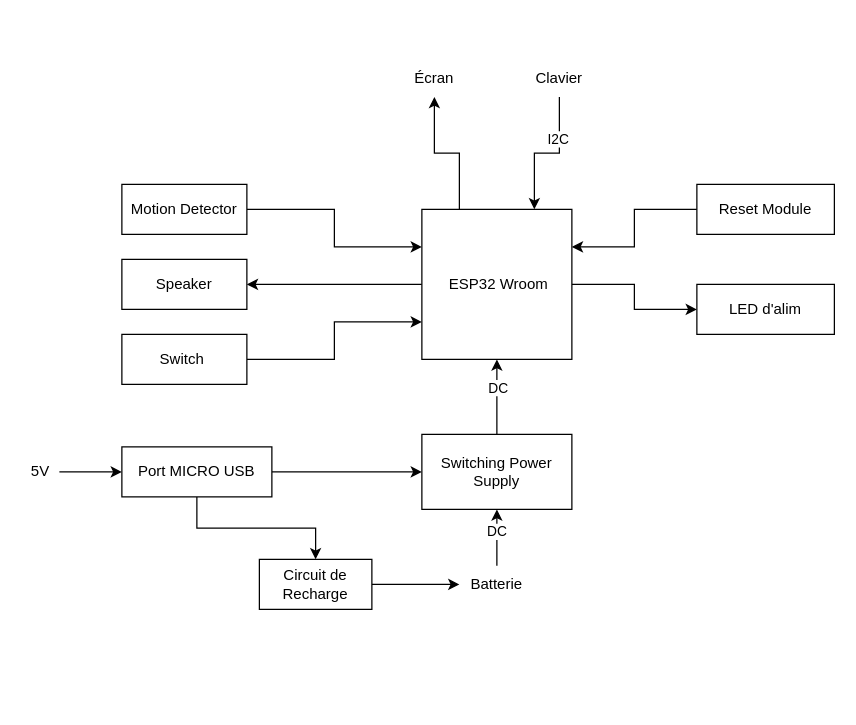
This is Panneau/Architecture/ArchitectureÉlectroniquePanneau.drawio from CamFo/SecurityDoor, a draw.io file, before an edit. Source tidied: cells renumbered, new cells numbered last; positions are measured from the earlier drawing's top-left corner, leaving out a move shared by most shapes. Both pictures are drawn from the tidied source at 125%, with x=0, y=0 at pixel (21, 59).
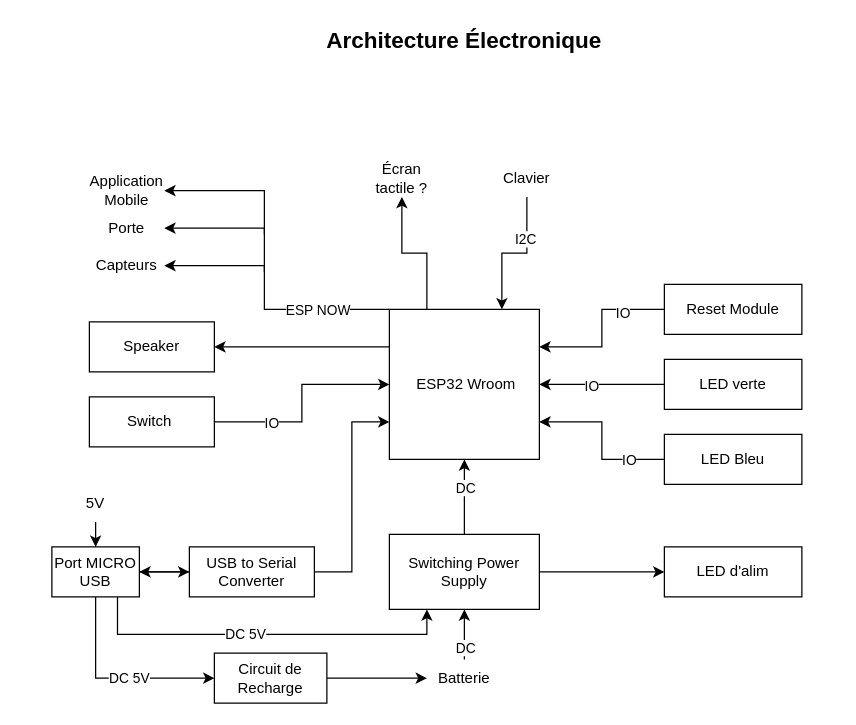
The same page after the edit.

Commit message (it also covers changes not shown here):
Modification des architectures

Unchanged cells that the change refers to:
```xml
<mxCell id="13" style="edgeStyle=orthogonalEdgeStyle;rounded=0;jettySize=auto;html=1;" parent="1" edge="1" source="15" target="8">
  <mxGeometry relative="1" as="geometry" />
</mxCell>
<mxCell id="28" style="edgeStyle=orthogonalEdgeStyle;rounded=0;jettySize=auto;html=1;entryX=1;entryY=0.25;entryDx=0;entryDy=0;" parent="1" edge="1" source="29" target="5">
  <mxGeometry relative="1" as="geometry" />
</mxCell>
```

Change to the diagram source:
```diff
@@
-    <mxCell id="3" style="edgeStyle=orthogonalEdgeStyle;rounded=0;jettySize=auto;html=1;entryX=1;entryY=0.5;entryDx=0;entryDy=0;" parent="1" edge="1" source="5" target="18">
+    <mxCell id="3" style="edgeStyle=orthogonalEdgeStyle;rounded=0;jettySize=auto;html=1;entryX=1;entryY=0.5;entryDx=0;entryDy=0;exitX=0;exitY=0.25;exitDx=0;exitDy=0;" parent="1" edge="1" source="5" target="18">
       <mxGeometry relative="1" as="geometry" />
     </mxCell>
-    <mxCell id="4" style="edgeStyle=orthogonalEdgeStyle;rounded=0;jettySize=auto;html=1;entryX=0;entryY=0.5;entryDx=0;entryDy=0;" parent="1" edge="1" source="5" target="30">
-      <mxGeometry relative="1" as="geometry" />
-    </mxCell>
     <mxCell id="5" value="&amp;nbsp;ESP32 Wroom" style="whiteSpace=wrap;html=1;" parent="1" vertex="1">
-      <mxGeometry x="320" y="120" width="120" height="120" as="geometry" />
+      <mxGeometry x="294" y="200" width="120" height="120" as="geometry" />
     </mxCell>
@@
+    <mxCell id="31" style="edgeStyle=orthogonalEdgeStyle;rounded=0;jettySize=auto;html=1;entryX=0;entryY=0.5;entryDx=0;entryDy=0;" parent="1" edge="1" source="8" target="30">
+      <mxGeometry relative="1" as="geometry" />
+    </mxCell>
     <mxCell id="8" value="Switching Power Supply" style="rounded=0;whiteSpace=wrap;html=1;" parent="1" vertex="1">
-      <mxGeometry x="320" y="300" width="120" height="60" as="geometry" />
+      <mxGeometry x="294" y="380" width="120" height="60" as="geometry" />
     </mxCell>
@@
     <mxCell id="11" value="Clavier" style="text;html=1;strokeColor=none;fillColor=none;align=center;verticalAlign=middle;whiteSpace=wrap;rounded=0;" parent="1" vertex="1">
-      <mxGeometry x="400" width="60" height="30" as="geometry" />
+      <mxGeometry x="374" y="80" width="60" height="30" as="geometry" />
     </mxCell>
-    <mxCell id="12" value="Écran" style="text;html=1;strokeColor=none;fillColor=none;align=center;verticalAlign=middle;whiteSpace=wrap;rounded=0;" parent="1" vertex="1">
-      <mxGeometry x="300" width="60" height="30" as="geometry" />
+    <mxCell id="12" value="Écran&lt;br&gt;tactile ?" style="text;html=1;strokeColor=none;fillColor=none;align=center;verticalAlign=middle;whiteSpace=wrap;rounded=0;" parent="1" vertex="1">
+      <mxGeometry x="274" y="80" width="60" height="30" as="geometry" />
     </mxCell>
@@
     <mxCell id="14" value="DC" style="edgeLabel;html=1;align=center;verticalAlign=middle;" parent="13" vertex="1">
-      <mxGeometry x="0.25" y="1" relative="1" as="geometry" />
+      <mxGeometry x="0.25" y="1" relative="1" as="geometry">
+        <mxPoint x="1" y="15" as="offset" />
+      </mxGeometry>
     </mxCell>
     <mxCell id="15" value="Batterie" style="text;html=1;strokeColor=none;fillColor=none;align=center;verticalAlign=middle;whiteSpace=wrap;rounded=0;" parent="1" vertex="1">
-      <mxGeometry x="350" y="405" width="60" height="30" as="geometry" />
+      <mxGeometry x="324" y="480" width="60" height="30" as="geometry" />
     </mxCell>
-    <mxCell id="16" style="edgeStyle=orthogonalEdgeStyle;rounded=0;jettySize=auto;html=1;entryX=0;entryY=0.25;entryDx=0;entryDy=0;" parent="1" edge="1" source="17" target="5">
-      <mxGeometry relative="1" as="geometry" />
-    </mxCell>
-    <mxCell id="17" value="Motion Detector" style="rounded=0;whiteSpace=wrap;html=1;" parent="1" vertex="1">
-      <mxGeometry x="80" y="100" width="100" height="40" as="geometry" />
-    </mxCell>
     <mxCell id="18" value="Speaker" style="rounded=0;whiteSpace=wrap;html=1;" parent="1" vertex="1">
-      <mxGeometry x="80" y="160" width="100" height="40" as="geometry" />
+      <mxGeometry x="54" y="210" width="100" height="40" as="geometry" />
     </mxCell>
-    <mxCell id="19" style="edgeStyle=orthogonalEdgeStyle;rounded=0;jettySize=auto;html=1;entryX=0;entryY=0.75;entryDx=0;entryDy=0;" parent="1" edge="1" source="20" target="5">
+    <mxCell id="19" style="edgeStyle=orthogonalEdgeStyle;rounded=0;jettySize=auto;html=1;entryX=0;entryY=0.5;entryDx=0;entryDy=0;" parent="1" edge="1" source="20" target="5">
       <mxGeometry relative="1" as="geometry" />
     </mxCell>
+    <mxCell id="32" value="IO" style="edgeLabel;html=1;align=center;verticalAlign=middle;" parent="19" vertex="1">
+      <mxGeometry x="-0.36" y="-1" relative="1" as="geometry">
+        <mxPoint x="-9" y="-1" as="offset" />
+      </mxGeometry>
+    </mxCell>
     <mxCell id="20" value="Switch&amp;nbsp;" style="rounded=0;whiteSpace=wrap;html=1;" parent="1" vertex="1">
-      <mxGeometry x="80" y="220" width="100" height="40" as="geometry" />
+      <mxGeometry x="54" y="270" width="100" height="40" as="geometry" />
     </mxCell>
@@
     <mxCell id="22" value="Circuit de &lt;br&gt;Recharge" style="rounded=0;whiteSpace=wrap;html=1;" parent="1" vertex="1">
-      <mxGeometry x="190" y="400" width="90" height="40" as="geometry" />
+      <mxGeometry x="154" y="475" width="90" height="40" as="geometry" />
     </mxCell>
+    <mxCell id="24" style="edgeStyle=orthogonalEdgeStyle;rounded=0;jettySize=auto;html=1;entryX=0;entryY=0.5;entryDx=0;entryDy=0;" parent="1" edge="1" source="25" target="22">
+      <mxGeometry relative="1" as="geometry">
+        <Array as="points">
+          <mxPoint x="59" y="495" />
+        </Array>
+      </mxGeometry>
+    </mxCell>
+    <mxCell id="33" value="DC 5V" style="edgeLabel;html=1;align=center;verticalAlign=middle;" parent="24" vertex="1">
+      <mxGeometry x="0.14" y="1" relative="1" as="geometry" />
+    </mxCell>
+    <mxCell id="34" style="edgeStyle=orthogonalEdgeStyle;rounded=0;jettySize=auto;html=1;" parent="1" edge="1" source="25" target="46">
+      <mxGeometry relative="1" as="geometry" />
+    </mxCell>
-    <mxCell id="23" style="edgeStyle=orthogonalEdgeStyle;rounded=0;jettySize=auto;html=1;entryX=0;entryY=0.5;entryDx=0;entryDy=0;" parent="1" edge="1" source="25" target="8">
-      <mxGeometry relative="1" as="geometry" />
+    <mxCell id="23" style="edgeStyle=orthogonalEdgeStyle;rounded=0;jettySize=auto;html=1;entryX=0.25;entryY=1;entryDx=0;entryDy=0;exitX=0.75;exitY=1;exitDx=0;exitDy=0;" parent="1" edge="1" source="25" target="8">
+      <mxGeometry relative="1" as="geometry">
+        <Array as="points">
+          <mxPoint x="77" y="460" />
+          <mxPoint x="324" y="460" />
+        </Array>
+      </mxGeometry>
     </mxCell>
-    <mxCell id="24" style="edgeStyle=orthogonalEdgeStyle;rounded=0;jettySize=auto;html=1;" parent="1" edge="1" source="25" target="22">
-      <mxGeometry relative="1" as="geometry" />
-    </mxCell>
+    <mxCell id="35" value="DC 5V" style="edgeLabel;html=1;align=center;verticalAlign=middle;" parent="23" vertex="1">
+      <mxGeometry x="-0.11" y="1" relative="1" as="geometry" />
+    </mxCell>
     <mxCell id="25" value="Port MICRO USB" style="rounded=0;whiteSpace=wrap;html=1;" parent="1" vertex="1">
-      <mxGeometry x="80" y="310" width="120" height="40" as="geometry" />
+      <mxGeometry x="24" y="390" width="70" height="40" as="geometry" />
     </mxCell>
@@
     <mxCell id="27" value="5V" style="text;html=1;strokeColor=none;fillColor=none;align=center;verticalAlign=middle;whiteSpace=wrap;rounded=0;" parent="1" vertex="1">
-      <mxGeometry y="315" width="30" height="30" as="geometry" />
+      <mxGeometry x="44" y="340" width="30" height="30" as="geometry" />
     </mxCell>
@@
+    <mxCell id="36" value="IO" style="edgeLabel;html=1;align=center;verticalAlign=middle;" parent="28" vertex="1">
+      <mxGeometry x="-0.47" y="2" relative="1" as="geometry" />
+    </mxCell>
     <mxCell id="29" value="Reset Module" style="rounded=0;whiteSpace=wrap;html=1;" parent="1" vertex="1">
-      <mxGeometry x="540" y="100" width="110" height="40" as="geometry" />
+      <mxGeometry x="514" y="180" width="110" height="40" as="geometry" />
     </mxCell>
     <mxCell id="30" value="LED d'alim" style="rounded=0;whiteSpace=wrap;html=1;" parent="1" vertex="1">
-      <mxGeometry x="540" y="180" width="110" height="40" as="geometry" />
+      <mxGeometry x="514" y="390" width="110" height="40" as="geometry" />
     </mxCell>
+    <mxCell id="37" style="edgeStyle=orthogonalEdgeStyle;rounded=0;jettySize=auto;html=1;" parent="1" edge="1" source="39" target="5">
+      <mxGeometry relative="1" as="geometry" />
+    </mxCell>
+    <mxCell id="38" value="IO" style="edgeLabel;html=1;align=center;verticalAlign=middle;" parent="37" vertex="1">
+      <mxGeometry x="0.17" y="1" relative="1" as="geometry" />
+    </mxCell>
+    <mxCell id="39" value="LED verte" style="rounded=0;whiteSpace=wrap;html=1;" parent="1" vertex="1">
+      <mxGeometry x="514" y="240" width="110" height="40" as="geometry" />
+    </mxCell>
+    <mxCell id="40" style="edgeStyle=orthogonalEdgeStyle;rounded=0;jettySize=auto;html=1;entryX=1;entryY=0.75;entryDx=0;entryDy=0;" parent="1" edge="1" source="42" target="5">
+      <mxGeometry relative="1" as="geometry" />
+    </mxCell>
+    <mxCell id="41" value="IO" style="edgeLabel;html=1;align=center;verticalAlign=middle;" parent="40" vertex="1">
+      <mxGeometry x="-0.32" y="1" relative="1" as="geometry">
+        <mxPoint x="15" y="-1" as="offset" />
+      </mxGeometry>
+    </mxCell>
+    <mxCell id="42" value="LED Bleu" style="rounded=0;whiteSpace=wrap;html=1;" parent="1" vertex="1">
+      <mxGeometry x="514" y="300" width="110" height="40" as="geometry" />
+    </mxCell>
+    <mxCell id="43" value="Capteurs" style="text;html=1;strokeColor=none;fillColor=none;align=center;verticalAlign=middle;whiteSpace=wrap;rounded=0;" parent="1" vertex="1">
+      <mxGeometry x="54" y="150" width="60" height="30" as="geometry" />
+    </mxCell>
+    <mxCell id="44" style="edgeStyle=orthogonalEdgeStyle;rounded=0;jettySize=auto;html=1;entryX=0;entryY=0.75;entryDx=0;entryDy=0;" parent="1" edge="1" source="46" target="5">
+      <mxGeometry relative="1" as="geometry" />
+    </mxCell>
+    <mxCell id="45" style="edgeStyle=orthogonalEdgeStyle;rounded=0;jettySize=auto;html=1;" parent="1" edge="1" source="46" target="25">
+      <mxGeometry relative="1" as="geometry">
+        <Array as="points">
+          <mxPoint x="114" y="410" />
+          <mxPoint x="114" y="410" />
+        </Array>
+      </mxGeometry>
+    </mxCell>
+    <mxCell id="46" value="USB to Serial Converter" style="rounded=0;whiteSpace=wrap;html=1;" parent="1" vertex="1">
+      <mxGeometry x="134" y="390" width="100" height="40" as="geometry" />
+    </mxCell>
+    <mxCell id="47" style="endArrow=classic;html=1;rounded=0;entryX=1;entryY=0.5;entryDx=0;entryDy=0;exitX=0;exitY=0;exitDx=0;exitDy=0;" parent="1" edge="1" source="5" target="43">
+      <mxGeometry relative="1" as="geometry">
+        <Array as="points">
+          <mxPoint x="194" y="200" />
+          <mxPoint x="194" y="165" />
+        </Array>
+      </mxGeometry>
+    </mxCell>
+    <mxCell id="48" value="ESP NOW" style="edgeLabel;html=1;align=center;verticalAlign=middle;" parent="47" vertex="1">
+      <mxGeometry x="-0.73" relative="1" as="geometry">
+        <mxPoint x="-29" as="offset" />
+      </mxGeometry>
+    </mxCell>
+    <mxCell id="49" value="Porte" style="text;html=1;strokeColor=none;fillColor=none;align=center;verticalAlign=middle;whiteSpace=wrap;rounded=0;" parent="1" vertex="1">
+      <mxGeometry x="54" y="120" width="60" height="30" as="geometry" />
+    </mxCell>
+    <mxCell id="50" style="endArrow=classic;html=1;rounded=0;entryX=1;entryY=0.5;entryDx=0;entryDy=0;" parent="1" edge="1" target="49">
+      <mxGeometry relative="1" as="geometry">
+        <mxPoint x="194" y="170" as="sourcePoint" />
+        <Array as="points">
+          <mxPoint x="194" y="135" />
+        </Array>
+      </mxGeometry>
+    </mxCell>
+    <mxCell id="51" value="Application Mobile" style="text;html=1;strokeColor=none;fillColor=none;align=center;verticalAlign=middle;whiteSpace=wrap;rounded=0;" parent="1" vertex="1">
+      <mxGeometry x="54" y="90" width="60" height="30" as="geometry" />
+    </mxCell>
+    <mxCell id="52" style="endArrow=classic;html=1;rounded=0;entryX=1;entryY=0.5;entryDx=0;entryDy=0;" parent="1" edge="1" target="51">
+      <mxGeometry relative="1" as="geometry">
+        <mxPoint x="194" y="140" as="sourcePoint" />
+        <Array as="points">
+          <mxPoint x="194" y="105" />
+        </Array>
+      </mxGeometry>
+    </mxCell>
+    <mxCell id="53" value="&lt;font style=&quot;font-size: 18px;&quot;&gt;&lt;b&gt;Architecture Électronique&lt;/b&gt;&lt;/font&gt;" style="text;html=1;strokeColor=none;fillColor=none;align=center;verticalAlign=middle;whiteSpace=wrap;rounded=0;" parent="1" vertex="1">
+      <mxGeometry x="194" y="-30" width="320" height="30" as="geometry" />
+    </mxCell>
```
